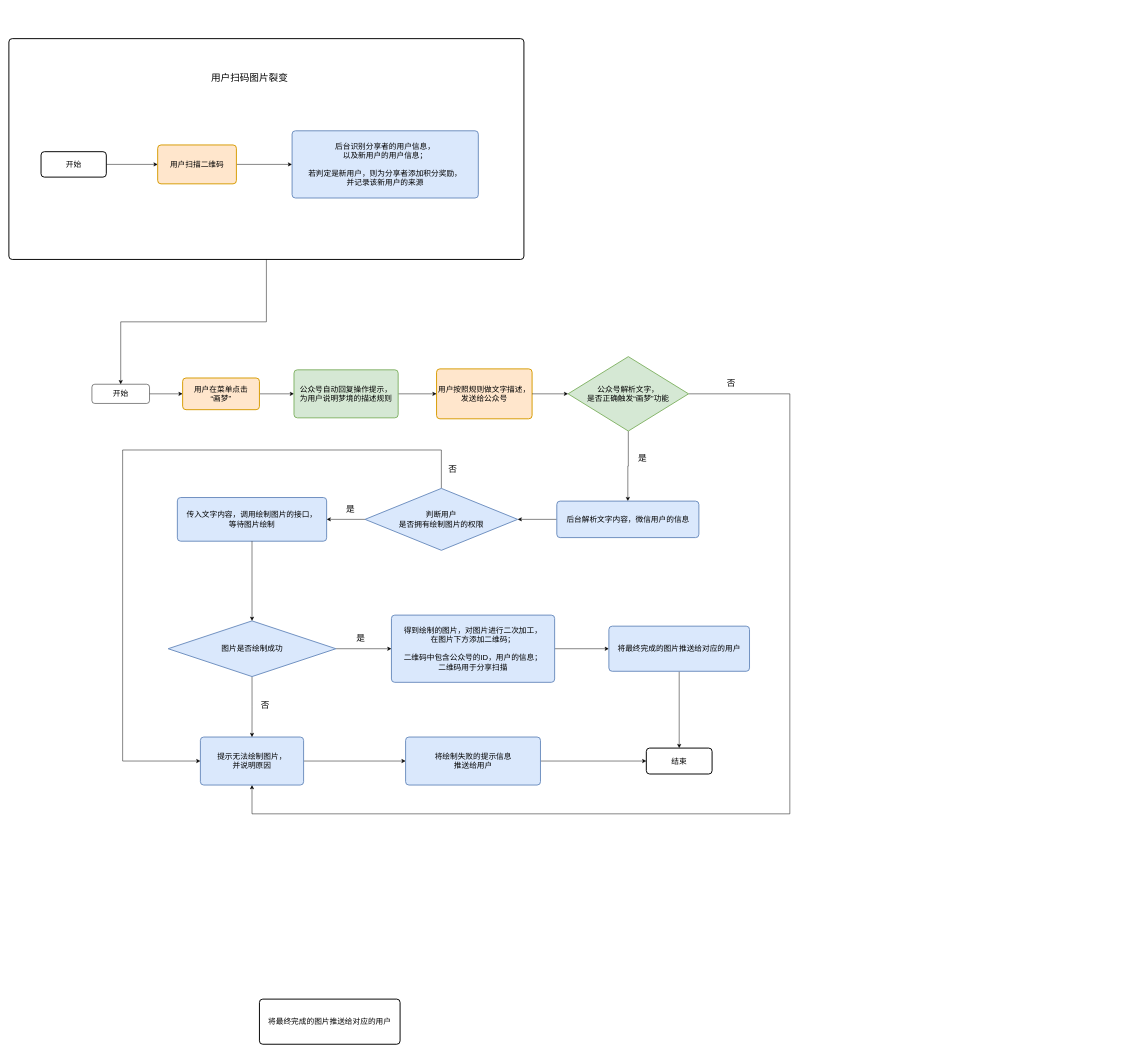
Earlier version of the draw.io diagram 公众号绘制图片.drawio (trevorHsu/draftChart). Source tidied: cells renumbered, new cells numbered last; positions are measured from the earlier drawing's top-left corner, leaving out a move shared by most shapes. Both pictures are drawn from the tidied source at 48%, with x=0, y=0 at pixel (9, 38).
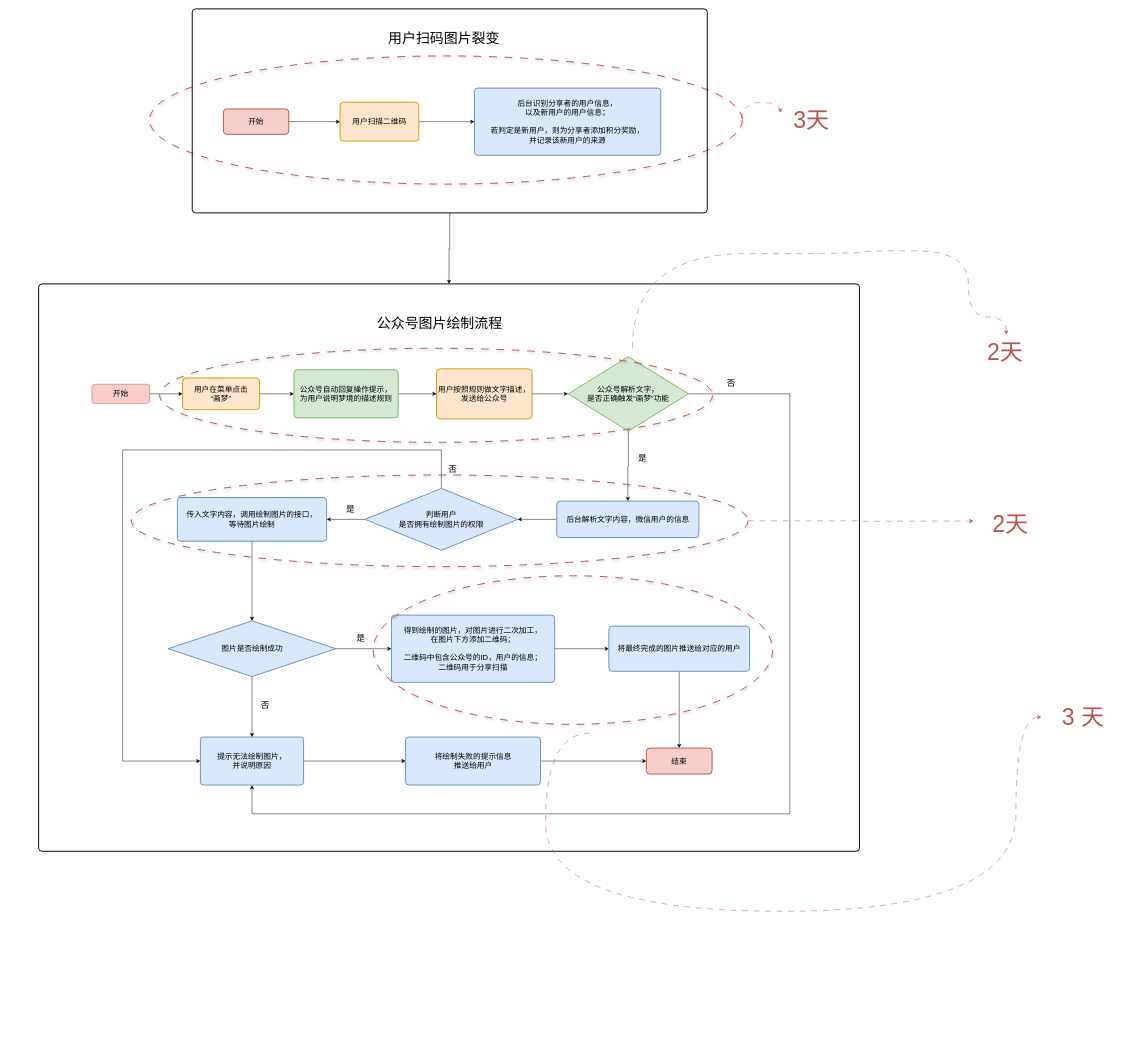
After the change.

Commit message:
更新公众号绘制图片.drawio

What changed in the source:
```diff
@@
-<mxGraphModel background="#FFFFFF">
+<mxGraphModel>
@@
+    <mxCell id="47" style="edgeStyle=orthogonalEdgeStyle;rounded=0;jettySize=auto;html=1;exitX=1;exitY=0.5;exitDx=0;exitDy=0;exitPerimeter=0;strokeColor=#b85450;dashed=1;curved=1;dashPattern=12 12;" parent="1" edge="1" source="48" target="54">
+      <mxGeometry relative="1" as="geometry">
+        <Array as="points">
+          <mxPoint x="1528" y="133" />
+          <mxPoint x="1607" y="133" />
+        </Array>
+      </mxGeometry>
+    </mxCell>
+    <mxCell id="48" style="strokeWidth=2;html=1;shape=mxgraph.flowchart.start_1;whiteSpace=wrap;dashed=1;dashPattern=8 8;shadow=1;fillColor=none;strokeColor=#b85450;" parent="1" vertex="1">
+      <mxGeometry x="293" y="36" width="1235" height="267" as="geometry" />
+    </mxCell>
+    <mxCell id="49" style="rounded=1;whiteSpace=wrap;html=1;absoluteArcSize=1;arcSize=14;strokeWidth=2;fillColor=none;" parent="1" vertex="1">
+      <mxGeometry x="62" y="511" width="1710" height="1182" as="geometry" />
+    </mxCell>
+    <mxCell id="50" style="edgeStyle=orthogonalEdgeStyle;rounded=0;jettySize=auto;html=1;exitX=0.5;exitY=1;exitDx=0;exitDy=0;entryX=0.5;entryY=0;entryDx=0;entryDy=0;" parent="1" edge="1" source="2" target="49">
+      <mxGeometry relative="1" as="geometry" />
+    </mxCell>
     <mxCell id="2" style="rounded=1;whiteSpace=wrap;html=1;absoluteArcSize=1;arcSize=14;strokeWidth=2;fillColor=none;" parent="1" vertex="1">
-      <mxGeometry width="1073" height="460" as="geometry" />
+      <mxGeometry x="382" y="-62" width="1073" height="425" as="geometry" />
     </mxCell>
@@
-    <mxCell id="4" value="&lt;font style=&quot;font-size: 16px;&quot;&gt;开始&lt;/font&gt;" style="rounded=1;whiteSpace=wrap;html=1;fontSize=16;glass=0;strokeWidth=1;shadow=0;" parent="1" vertex="1">
+    <mxCell id="4" value="&lt;font style=&quot;font-size: 16px;&quot;&gt;开始&lt;/font&gt;" style="rounded=1;whiteSpace=wrap;html=1;fontSize=16;glass=0;strokeWidth=1;shadow=0;fillColor=#f8cecc;strokeColor=#b85450;" parent="1" vertex="1">
       <mxGeometry x="173" y="720" width="120" height="40" as="geometry" />
     </mxCell>
@@
-    <mxCell id="29" value="开始" style="rounded=1;whiteSpace=wrap;html=1;absoluteArcSize=1;arcSize=14;strokeWidth=2;fontSize=16;" parent="1" vertex="1">
-      <mxGeometry x="67" y="235.5" width="136" height="53" as="geometry" />
+    <mxCell id="29" value="开始" style="rounded=1;whiteSpace=wrap;html=1;absoluteArcSize=1;arcSize=14;strokeWidth=2;fontSize=16;fillColor=#f8cecc;strokeColor=#b85450;" parent="1" vertex="1">
+      <mxGeometry x="447" y="146.5" width="136" height="53" as="geometry" />
     </mxCell>
@@
     <mxCell id="31" value="用户扫描二维码" style="rounded=1;whiteSpace=wrap;html=1;absoluteArcSize=1;arcSize=14;strokeWidth=2;fontSize=16;fillColor=#ffe6cc;strokeColor=#d79b00;" parent="1" vertex="1">
-      <mxGeometry x="310" y="221.5" width="164" height="81" as="geometry" />
+      <mxGeometry x="690" y="132.5" width="164" height="81" as="geometry" />
     </mxCell>
     <mxCell id="32" value="后台识别分享者的用户信息，&lt;br style=&quot;font-size: 16px;&quot;&gt;以及新用户的用户信息；&lt;br style=&quot;font-size: 16px;&quot;&gt;&lt;br style=&quot;font-size: 16px;&quot;&gt;若判定是新用户，则为分享者添加积分奖励，&lt;br&gt;并记录该新用户的来源" style="rounded=1;whiteSpace=wrap;html=1;absoluteArcSize=1;arcSize=14;strokeWidth=2;fontSize=16;fillColor=#dae8fc;strokeColor=#6c8ebf;" parent="1" vertex="1">
-      <mxGeometry x="590" y="192" width="388" height="140" as="geometry" />
+      <mxGeometry x="970" y="103" width="388" height="140" as="geometry" />
     </mxCell>
-    <mxCell id="33" value="将最终完成的图片推送给对应的用户" style="rounded=1;whiteSpace=wrap;html=1;absoluteArcSize=1;arcSize=14;strokeWidth=2;fontSize=16;" parent="1" vertex="1">
-      <mxGeometry x="522" y="2001" width="293" height="94" as="geometry" />
-    </mxCell>
@@
-    <mxCell id="36" value="结束" style="rounded=1;whiteSpace=wrap;html=1;absoluteArcSize=1;arcSize=14;strokeWidth=2;fontSize=16;" parent="1" vertex="1">
+    <mxCell id="36" value="结束" style="rounded=1;whiteSpace=wrap;html=1;absoluteArcSize=1;arcSize=14;strokeWidth=2;fontSize=16;fillColor=#f8cecc;strokeColor=#b85450;" parent="1" vertex="1">
       <mxGeometry x="1328" y="1478" width="137" height="54" as="geometry" />
     </mxCell>
@@
-    <mxCell id="43" style="edgeStyle=orthogonalEdgeStyle;rounded=0;jettySize=auto;html=1;exitX=0.5;exitY=1;exitDx=0;exitDy=0;entryX=0.5;entryY=0;entryDx=0;entryDy=0;" parent="1" edge="1" source="2" target="4">
-      <mxGeometry relative="1" as="geometry" />
-    </mxCell>
-    <mxCell id="44" value="&lt;font style=&quot;font-size: 20px;&quot;&gt;用户扫码图片裂变&lt;/font&gt;" style="text;strokeColor=none;align=center;fillColor=none;html=1;verticalAlign=middle;whiteSpace=wrap;rounded=0;" parent="1" vertex="1">
-      <mxGeometry x="395" y="66" width="213" height="30" as="geometry" />
+    <mxCell id="44" value="&lt;font style=&quot;font-size: 29px;&quot;&gt;用户扫码图片裂变&lt;/font&gt;" style="text;strokeColor=none;align=center;fillColor=none;html=1;verticalAlign=middle;whiteSpace=wrap;rounded=0;fontSize=29;" parent="1" vertex="1">
+      <mxGeometry x="743.5" y="-15" width="325" height="30" as="geometry" />
     </mxCell>
@@
+    <mxCell id="51" value="&lt;font style=&quot;font-size: 29px;&quot;&gt;公众号图片绘制流程&lt;/font&gt;" style="text;strokeColor=none;align=center;fillColor=none;html=1;verticalAlign=middle;whiteSpace=wrap;rounded=0;fontSize=29;" parent="1" vertex="1">
+      <mxGeometry x="735" y="578" width="325" height="30" as="geometry" />
+    </mxCell>
+    <mxCell id="52" value="3 天" style="text;strokeColor=none;align=center;fillColor=none;html=1;verticalAlign=middle;whiteSpace=wrap;rounded=0;fontSize=48;fontColor=#b85450;" parent="1" vertex="1">
+      <mxGeometry x="2151" y="1398.5" width="174" height="30" as="geometry" />
+    </mxCell>
+    <mxCell id="53" value="2天" style="text;strokeColor=none;align=center;fillColor=none;html=1;verticalAlign=middle;whiteSpace=wrap;rounded=0;fontSize=48;fontColor=#b85450;" parent="1" vertex="1">
+      <mxGeometry x="2030" y="996" width="113" height="30" as="geometry" />
+    </mxCell>
+    <mxCell id="54" value="3天" style="text;strokeColor=none;align=center;fillColor=none;html=1;verticalAlign=middle;whiteSpace=wrap;rounded=0;fontSize=48;fontColor=#b85450;" parent="1" vertex="1">
+      <mxGeometry x="1607" y="154.5" width="130" height="30" as="geometry" />
+    </mxCell>
+    <mxCell id="55" value="2天" style="text;strokeColor=none;align=center;fillColor=none;html=1;verticalAlign=middle;whiteSpace=wrap;rounded=0;fontSize=48;fontColor=#b85450;" parent="1" vertex="1">
+      <mxGeometry x="2027" y="638" width="97" height="30" as="geometry" />
+    </mxCell>
+    <mxCell id="56" style="edgeStyle=orthogonalEdgeStyle;rounded=0;jettySize=auto;html=1;exitX=1;exitY=0.5;exitDx=0;exitDy=0;exitPerimeter=0;strokeColor=#b85450;dashed=1;dashPattern=12 12;" parent="1" edge="1" source="57">
+      <mxGeometry relative="1" as="geometry">
+        <mxPoint x="2009.7" y="1005" as="targetPoint" />
+      </mxGeometry>
+    </mxCell>
+    <mxCell id="57" style="strokeWidth=2;html=1;shape=mxgraph.flowchart.start_1;whiteSpace=wrap;dashed=1;dashPattern=8 8;shadow=1;fillColor=none;strokeColor=#b85450;" parent="1" vertex="1">
+      <mxGeometry x="255" y="909" width="1285" height="191" as="geometry" />
+    </mxCell>
+    <mxCell id="58" style="edgeStyle=orthogonalEdgeStyle;rounded=0;jettySize=auto;html=1;entryX=0;entryY=0.5;entryDx=0;entryDy=0;strokeColor=#b85450;dashed=1;dashPattern=12 12;curved=1;" parent="1" edge="1" target="52">
+      <mxGeometry relative="1" as="geometry">
+        <mxPoint x="1210" y="1447" as="sourcePoint" />
+        <Array as="points">
+          <mxPoint x="1118" y="1818" />
+          <mxPoint x="2098" y="1818" />
+          <mxPoint x="2098" y="1414" />
+        </Array>
+      </mxGeometry>
+    </mxCell>
+    <mxCell id="59" style="strokeWidth=2;html=1;shape=mxgraph.flowchart.start_1;whiteSpace=wrap;dashed=1;dashPattern=8 8;shadow=1;fillColor=none;strokeColor=#b85450;" parent="1" vertex="1">
+      <mxGeometry x="759" y="1119" width="832" height="309.5" as="geometry" />
+    </mxCell>
+    <mxCell id="60" style="edgeStyle=orthogonalEdgeStyle;rounded=0;jettySize=auto;html=1;strokeColor=#b85450;dashed=1;dashPattern=12 12;curved=1;" parent="1" edge="1" source="61">
+      <mxGeometry relative="1" as="geometry">
+        <mxPoint x="2078" y="616" as="targetPoint" />
+        <Array as="points">
+          <mxPoint x="1299" y="448" />
+          <mxPoint x="1775" y="448" />
+          <mxPoint x="1775" y="442" />
+          <mxPoint x="1999" y="442" />
+          <mxPoint x="1999" y="580" />
+          <mxPoint x="2078" y="580" />
+        </Array>
+      </mxGeometry>
+    </mxCell>
+    <mxCell id="61" style="strokeWidth=2;html=1;shape=mxgraph.flowchart.start_1;whiteSpace=wrap;dashed=1;dashPattern=8 8;shadow=1;fillColor=none;strokeColor=#b85450;" parent="1" vertex="1">
+      <mxGeometry x="314" y="645" width="1152" height="196" as="geometry" />
+    </mxCell>
```
